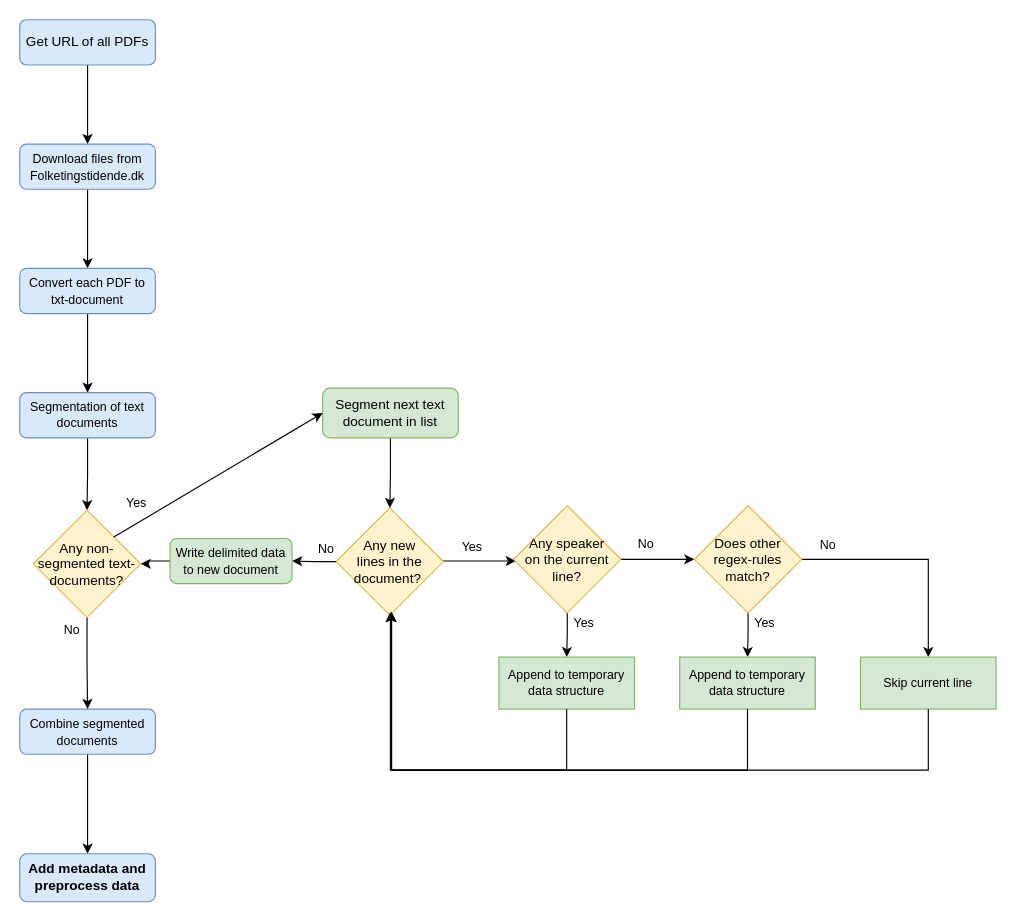
The draw.io diagram figures/new.drawio in mortgad/bachelor_2021, before the edit. Source tidied: cells renumbered, new cells numbered last; positions are measured from the earlier drawing's top-left corner, leaving out a move shared by most shapes. Both pictures are drawn from the tidied source at 113%, with x=0, y=0 at pixel (19, 19).
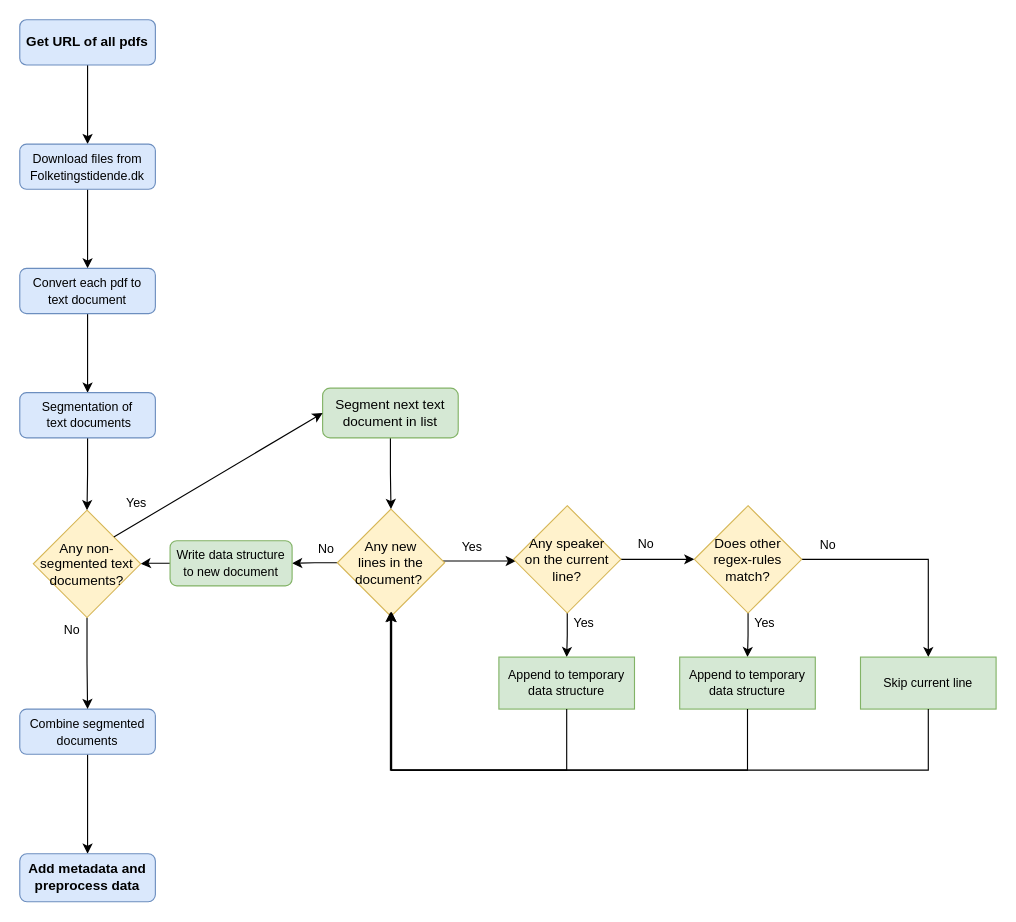
The same diagram, later.

Change to the diagram source:
```diff
@@
-    <mxCell id="3" value="Get URL of all PDFs" style="rounded=1;whiteSpace=wrap;html=1;fontSize=12;glass=0;strokeWidth=1;shadow=0;fillColor=#dae8fc;strokeColor=#6c8ebf;" parent="1" vertex="1">
+    <mxCell id="3" value="Get URL of all pdfs" style="rounded=1;whiteSpace=wrap;html=1;fontSize=12;glass=0;strokeWidth=1;shadow=0;fillColor=#dae8fc;strokeColor=#6c8ebf;fontStyle=1;" parent="1" vertex="1">
       <mxGeometry width="120" height="40" as="geometry" />
     </mxCell>
@@
-    <mxCell id="7" value="&lt;font style=&quot;font-size: 11px&quot;&gt;Convert each PDF to txt-document&lt;/font&gt;" style="whiteSpace=wrap;html=1;rounded=1;shadow=0;strokeWidth=1;glass=0;fillColor=#dae8fc;strokeColor=#6c8ebf;" parent="1" vertex="1">
+    <mxCell id="7" value="&lt;font style=&quot;font-size: 11px&quot;&gt;Convert each pdf to &lt;br&gt;text document&lt;/font&gt;" style="whiteSpace=wrap;html=1;rounded=1;shadow=0;strokeWidth=1;glass=0;fillColor=#dae8fc;strokeColor=#6c8ebf;" parent="1" vertex="1">
       <mxGeometry y="220" width="120" height="40" as="geometry" />
     </mxCell>
@@
     <mxCell id="10" value="&lt;font style=&quot;font-size: 12px&quot;&gt;Any new &lt;br&gt;lines in the document?&amp;nbsp;&lt;/font&gt;" style="rhombus;whiteSpace=wrap;html=1;fillColor=#fff2cc;strokeColor=#d6b656;fontSize=12;" parent="1" vertex="1">
-      <mxGeometry x="280" y="432" width="95" height="95" as="geometry" />
+      <mxGeometry x="281" y="433" width="95" height="95" as="geometry" />
     </mxCell>
@@
-    <mxCell id="31" value="&lt;font style=&quot;font-size: 11px&quot;&gt;Write delimited data to new document&lt;/font&gt;" style="whiteSpace=wrap;html=1;rounded=1;shadow=0;strokeWidth=1;glass=0;fillColor=#d5e8d4;strokeColor=#82b366;" parent="1" vertex="1">
-      <mxGeometry x="133" y="459" width="108" height="40" as="geometry" />
+    <mxCell id="31" value="&lt;font style=&quot;font-size: 11px&quot;&gt;Write data structure to new document&lt;/font&gt;" style="whiteSpace=wrap;html=1;rounded=1;shadow=0;strokeWidth=1;glass=0;fillColor=#d5e8d4;strokeColor=#82b366;" parent="1" vertex="1">
+      <mxGeometry x="133" y="461" width="108" height="40" as="geometry" />
     </mxCell>
@@
-    <mxCell id="33" value="Segmentation of text documents" style="rounded=1;whiteSpace=wrap;html=1;fontSize=11;fillColor=#dae8fc;strokeColor=#6c8ebf;" parent="1" vertex="1">
+    <mxCell id="33" value="Segmentation of&lt;br&gt;&amp;nbsp;text documents" style="rounded=1;whiteSpace=wrap;html=1;fontSize=11;fillColor=#dae8fc;strokeColor=#6c8ebf;" parent="1" vertex="1">
       <mxGeometry y="330" width="120" height="40" as="geometry" />
     </mxCell>
@@
-    <mxCell id="36" value="&lt;font style=&quot;font-size: 12px;&quot;&gt;Any non-&lt;br style=&quot;font-size: 12px;&quot;&gt;segmented text-documents?&lt;/font&gt;" style="rhombus;whiteSpace=wrap;html=1;fillColor=#fff2cc;strokeColor=#d6b656;fontSize=12;" parent="1" vertex="1">
+    <mxCell id="36" value="&lt;font style=&quot;font-size: 12px&quot;&gt;Any non-&lt;br style=&quot;font-size: 12px&quot;&gt;segmented text documents?&lt;/font&gt;" style="rhombus;whiteSpace=wrap;html=1;fillColor=#fff2cc;strokeColor=#d6b656;fontSize=12;" parent="1" vertex="1">
       <mxGeometry x="12" y="434" width="95" height="95" as="geometry" />
     </mxCell>
```
